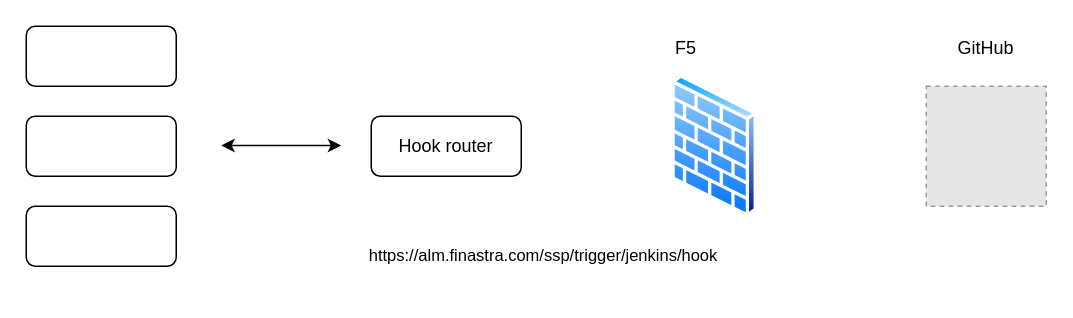
The draw.io diagram Github to Jenkins.drawio in Sudh33r/drawio, before the edit. Source tidied: cells renumbered, new cells numbered last; positions are measured from the earlier drawing's top-left corner, leaving out a move shared by most shapes. Both pictures are drawn from the tidied source at 150%, with x=0, y=0 at pixel (26, 26). Pictures stored in the file or linked from it are replaced by grey dashed boxes.
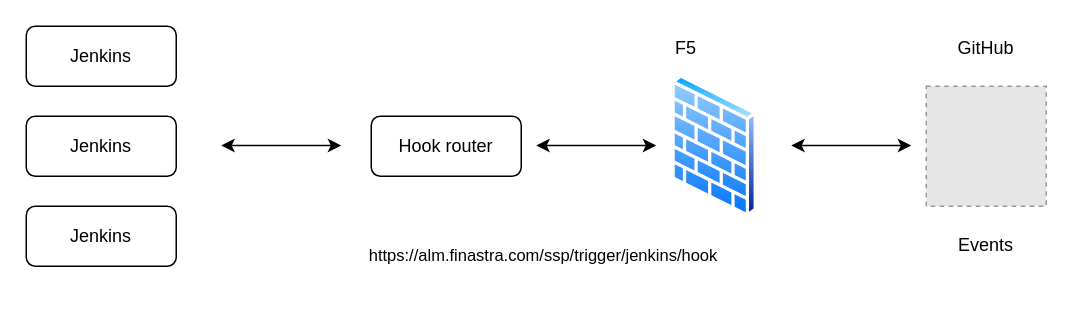
After the change.

The edit, as a diff of the source:
```diff
@@
 <mxGraphModel>
   <root>
     <mxCell id="0" />
     <mxCell id="1" parent="0" />
-    <mxCell id="2" style="rounded=1;whiteSpace=wrap;html=1;" parent="1" vertex="1">
-      <mxGeometry y="60" width="100" height="40" as="geometry" />
-    </mxCell>
     <mxCell id="3" style="image;perimeter=ellipsePerimeter;html=1;align=center;shadow=0;dashed=0;spacingTop=3;image=img/lib/active_directory/firewall.svg;" parent="1" vertex="1">
       <mxGeometry x="430" y="32.5" width="58" height="95" as="geometry" />
     </mxCell>
     <mxCell id="4" value="Hook router" style="rounded=1;whiteSpace=wrap;html=1;" parent="1" vertex="1">
       <mxGeometry x="230" y="60" width="100" height="40" as="geometry" />
     </mxCell>
     <mxCell id="5" style="fillColor=#E6E6E6;strokeColor=#999999;dashed=1;html=1;verticalAlign=top;verticalLabelPosition=bottom;labelBackgroundColor=#ffffff;" parent="1" vertex="1">
       <mxGeometry x="600" y="40" width="80" height="80" as="geometry" />
     </mxCell>
-    <mxCell id="6" style="rounded=1;whiteSpace=wrap;html=1;" parent="1" vertex="1">
-      <mxGeometry y="120" width="100" height="40" as="geometry" />
-    </mxCell>
-    <mxCell id="7" style="rounded=1;whiteSpace=wrap;html=1;" parent="1" vertex="1">
+    <mxCell id="7" value="Jenkins" style="rounded=1;whiteSpace=wrap;html=1;" parent="1" vertex="1">
       <mxGeometry width="100" height="40" as="geometry" />
     </mxCell>
-    <mxCell id="8" value="https://alm.finastra.com/ssp/trigger/jenkins/hook" style="text;html=1;strokeColor=none;fillColor=none;align=center;verticalAlign=middle;rounded=0;whiteSpace=wrap;fontSize=11;" parent="1" vertex="1">
+    <mxCell id="8" value="https://alm.finastra.com/ssp/trigger/jenkins/hook" style="text;strokeColor=none;fillColor=none;align=center;verticalAlign=middle;rounded=0;whiteSpace=wrap;fontSize=11;html=1;labelBorderColor=none;" parent="1" vertex="1">
       <mxGeometry x="280" y="127.5" width="130" height="50" as="geometry" />
     </mxCell>
     <mxCell id="9" style="endArrow=classic;startArrow=classic;html=1;rounded=0;" parent="1" edge="1">
       <mxGeometry relative="1" as="geometry">
         <mxPoint x="130" y="79.5" as="sourcePoint" />
         <mxPoint x="210" y="79.5" as="targetPoint" />
       </mxGeometry>
     </mxCell>
     <mxCell id="10" value="GitHub" style="text;html=1;strokeColor=none;fillColor=none;align=center;verticalAlign=middle;whiteSpace=wrap;rounded=0;" parent="1" vertex="1">
       <mxGeometry x="610" width="60" height="30" as="geometry" />
     </mxCell>
     <mxCell id="11" value="F5" style="text;html=1;strokeColor=none;fillColor=none;align=center;verticalAlign=middle;whiteSpace=wrap;rounded=0;" parent="1" vertex="1">
       <mxGeometry x="410" width="60" height="30" as="geometry" />
     </mxCell>
+    <mxCell id="12" style="endArrow=classic;startArrow=classic;html=1;rounded=0;" parent="1" edge="1">
+      <mxGeometry relative="1" as="geometry">
+        <mxPoint x="510" y="79.5" as="sourcePoint" />
+        <mxPoint x="590" y="79.5" as="targetPoint" />
+      </mxGeometry>
+    </mxCell>
+    <mxCell id="13" style="endArrow=classic;startArrow=classic;html=1;rounded=0;" parent="1" edge="1">
+      <mxGeometry relative="1" as="geometry">
+        <mxPoint x="340" y="79.5" as="sourcePoint" />
+        <mxPoint x="420" y="79.5" as="targetPoint" />
+      </mxGeometry>
+    </mxCell>
+    <mxCell id="14" value="Events" style="text;html=1;strokeColor=none;fillColor=none;align=center;verticalAlign=middle;whiteSpace=wrap;rounded=0;" parent="1" vertex="1">
+      <mxGeometry x="610" y="130.5" width="60" height="30" as="geometry" />
+    </mxCell>
+    <mxCell id="15" value="Jenkins" style="rounded=1;whiteSpace=wrap;html=1;" parent="1" vertex="1">
+      <mxGeometry y="60" width="100" height="40" as="geometry" />
+    </mxCell>
+    <mxCell id="16" value="Jenkins" style="rounded=1;whiteSpace=wrap;html=1;" parent="1" vertex="1">
+      <mxGeometry y="120" width="100" height="40" as="geometry" />
+    </mxCell>
   </root>
 </mxGraphModel>
```
